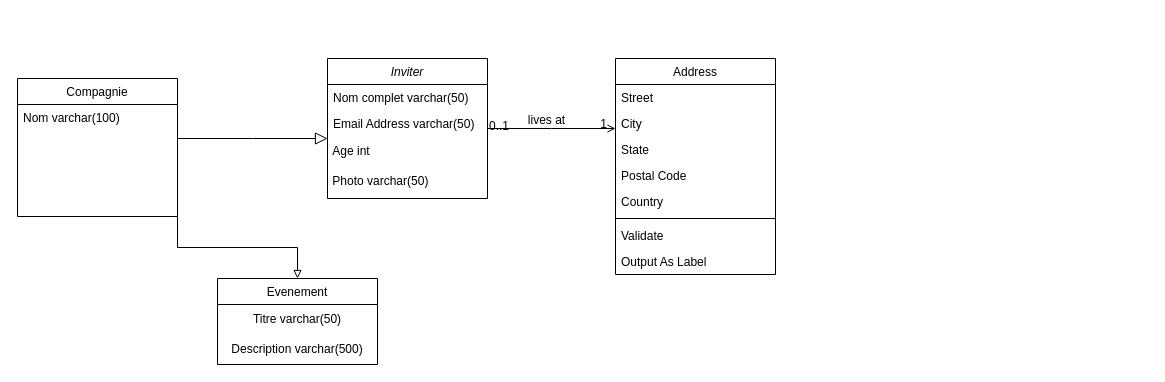
This is EventCheck.drawio from DoBryanCS/EventCheck, a draw.io file, before an edit. Source tidied: cells renumbered, new cells numbered last; positions are measured from the earlier drawing's top-left corner, leaving out a move shared by most shapes. Both pictures are drawn from the tidied source at 100%, with x=0, y=0 at pixel (17, 58).
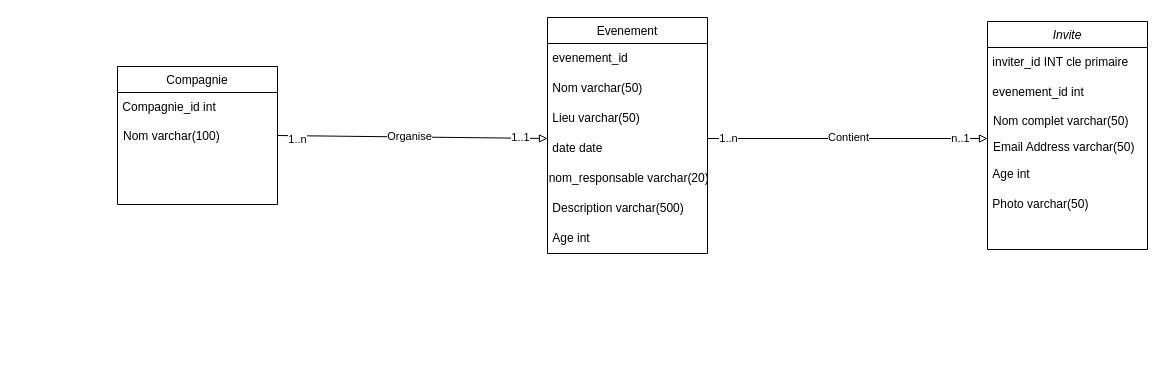
After the change.

Commit message:
Mettre à jour EventCheck.drawio

Change to the diagram source:
```diff
@@
-    <mxCell id="2" value="Inviter" style="swimlane;fontStyle=2;align=center;verticalAlign=top;horizontal=1;startSize=26;rounded=0;shadow=0;strokeWidth=1;" parent="1" vertex="1">
-      <mxGeometry x="310" width="160" height="140" as="geometry" />
+    <mxCell id="2" value="Invite" style="swimlane;fontStyle=2;align=center;verticalAlign=top;horizontal=1;startSize=26;rounded=0;shadow=0;strokeWidth=1;" parent="1" vertex="1">
+      <mxGeometry x="970" y="-37" width="160" height="228" as="geometry" />
     </mxCell>
+    <mxCell id="27" value="&amp;nbsp;inviter_id INT cle primaire" style="text;strokeColor=none;align=left;fillColor=none;html=1;verticalAlign=middle;whiteSpace=wrap;rounded=0;" parent="2" vertex="1">
+      <mxGeometry y="26" width="160" height="30" as="geometry" />
+    </mxCell>
+    <mxCell id="28" value="&amp;nbsp;evenement_id int" style="text;strokeColor=none;align=left;fillColor=none;html=1;verticalAlign=middle;whiteSpace=wrap;rounded=0;" parent="2" vertex="1">
+      <mxGeometry y="56" width="160" height="30" as="geometry" />
+    </mxCell>
     <mxCell id="3" value="Nom complet varchar(50)" style="text;align=left;verticalAlign=top;spacingLeft=4;spacingRight=4;overflow=hidden;" parent="2" vertex="1">
-      <mxGeometry y="26" width="160" height="26" as="geometry" />
+      <mxGeometry y="86" width="160" height="26" as="geometry" />
     </mxCell>
     <mxCell id="4" value="Email Address varchar(50)" style="text;align=left;verticalAlign=top;spacingLeft=4;spacingRight=4;overflow=hidden;rounded=0;shadow=0;html=0;" parent="2" vertex="1">
-      <mxGeometry y="52" width="160" height="26" as="geometry" />
+      <mxGeometry y="112" width="160" height="26" as="geometry" />
     </mxCell>
     <mxCell id="5" value="&amp;nbsp;Age int" style="text;strokeColor=none;align=left;fillColor=none;html=1;verticalAlign=middle;whiteSpace=wrap;rounded=0;" parent="2" vertex="1">
-      <mxGeometry y="78" width="160" height="30" as="geometry" />
+      <mxGeometry y="138" width="160" height="30" as="geometry" />
     </mxCell>
     <mxCell id="6" value="&amp;nbsp;Photo varchar(50)" style="text;strokeColor=none;align=left;fillColor=none;html=1;verticalAlign=middle;whiteSpace=wrap;rounded=0;" parent="2" vertex="1">
-      <mxGeometry y="108" width="160" height="30" as="geometry" />
+      <mxGeometry y="168" width="160" height="30" as="geometry" />
     </mxCell>
     <mxCell id="7" value="Compagnie" style="swimlane;fontStyle=0;align=center;verticalAlign=top;horizontal=1;startSize=26;rounded=0;shadow=0;strokeWidth=1;" parent="1" vertex="1">
-      <mxGeometry y="20" width="160" height="138" as="geometry" />
+      <mxGeometry x="100" y="8" width="160" height="138" as="geometry" />
     </mxCell>
+    <mxCell id="29" value="&amp;nbsp;Compagnie_id int" style="text;strokeColor=none;align=left;fillColor=none;html=1;verticalAlign=middle;whiteSpace=wrap;rounded=0;" parent="7" vertex="1">
+      <mxGeometry y="26" width="160" height="30" as="geometry" />
+    </mxCell>
     <mxCell id="8" value="Nom varchar(100)" style="text;align=left;verticalAlign=top;spacingLeft=4;spacingRight=4;overflow=hidden;points=[[0,0.5],[1,0.5]];portConstraint=eastwest;" parent="7" vertex="1">
-      <mxGeometry y="26" width="160" height="26" as="geometry" />
+      <mxGeometry y="56" width="160" height="26" as="geometry" />
     </mxCell>
-    <mxCell id="9" style="endArrow=block;endSize=10;endFill=0;shadow=0;strokeWidth=1;rounded=0;edgeStyle=elbowEdgeStyle;elbow=vertical;" parent="1" edge="1" source="7" target="2">
-      <mxGeometry relative="1" as="geometry" />
-    </mxCell>
     <mxCell id="10" value="Evenement" style="swimlane;fontStyle=0;align=center;verticalAlign=top;horizontal=1;startSize=26;rounded=0;shadow=0;strokeWidth=1;" parent="1" vertex="1">
-      <mxGeometry x="200" y="220" width="160" height="86" as="geometry" />
+      <mxGeometry x="530" y="-41" width="160" height="236" as="geometry" />
     </mxCell>
+    <mxCell id="30" value="&amp;nbsp;evenement_id" style="text;strokeColor=none;align=left;fillColor=none;html=1;verticalAlign=middle;whiteSpace=wrap;rounded=0;" parent="10" vertex="1">
+      <mxGeometry y="26" width="160" height="30" as="geometry" />
+    </mxCell>
+    <mxCell id="31" value="&amp;nbsp;Nom varchar(50)" style="text;strokeColor=none;align=left;fillColor=none;html=1;verticalAlign=middle;whiteSpace=wrap;rounded=0;" parent="10" vertex="1">
+      <mxGeometry y="56" width="160" height="30" as="geometry" />
+    </mxCell>
+    <mxCell id="32" value="&amp;nbsp;Lieu varchar(50)" style="text;strokeColor=none;align=left;fillColor=none;html=1;verticalAlign=middle;whiteSpace=wrap;rounded=0;" parent="10" vertex="1">
+      <mxGeometry y="86" width="160" height="30" as="geometry" />
+    </mxCell>
-    <mxCell id="11" value="Titre varchar(50)" style="text;strokeColor=none;align=center;fillColor=none;html=1;verticalAlign=middle;whiteSpace=wrap;rounded=0;" parent="10" vertex="1">
-      <mxGeometry y="26" width="160" height="30" as="geometry" />
+    <mxCell id="11" value="&amp;nbsp;date date" style="text;strokeColor=none;align=left;fillColor=none;html=1;verticalAlign=middle;whiteSpace=wrap;rounded=0;" parent="10" vertex="1">
+      <mxGeometry y="116" width="160" height="30" as="geometry" />
     </mxCell>
+    <mxCell id="33" value="&amp;nbsp;nom_responsable&amp;nbsp;varchar(20)" style="text;strokeColor=none;align=center;fillColor=none;html=1;verticalAlign=middle;whiteSpace=wrap;rounded=0;" parent="10" vertex="1">
+      <mxGeometry y="146" width="160" height="30" as="geometry" />
+    </mxCell>
-    <mxCell id="12" value="Description varchar(500)" style="text;strokeColor=none;align=center;fillColor=none;html=1;verticalAlign=middle;whiteSpace=wrap;rounded=0;" parent="10" vertex="1">
-      <mxGeometry y="56" width="160" height="30" as="geometry" />
+    <mxCell id="12" value="&amp;nbsp;Description varchar(500)" style="text;strokeColor=none;align=left;fillColor=none;html=1;verticalAlign=middle;whiteSpace=wrap;rounded=0;" parent="10" vertex="1">
+      <mxGeometry y="176" width="160" height="30" as="geometry" />
     </mxCell>
+    <mxCell id="34" value="&amp;nbsp;Age int" style="text;strokeColor=none;align=left;fillColor=none;html=1;verticalAlign=middle;whiteSpace=wrap;rounded=0;" parent="10" vertex="1">
+      <mxGeometry y="206" width="160" height="30" as="geometry" />
+    </mxCell>
-    <mxCell id="13" style="endArrow=none;endSize=10;endFill=0;shadow=0;strokeWidth=1;rounded=0;edgeStyle=elbowEdgeStyle;elbow=vertical;entryX=1;entryY=1;entryDx=0;entryDy=0;startArrow=block;startFill=0;" parent="1" edge="1" source="10" target="7">
-      <mxGeometry relative="1" as="geometry" />
+    <mxCell id="13" style="endArrow=none;endSize=10;endFill=0;shadow=0;strokeWidth=1;rounded=0;elbow=vertical;entryX=1;entryY=0.5;entryDx=0;entryDy=0;startArrow=block;startFill=0;" parent="1" edge="1" target="8">
+      <mxGeometry relative="1" as="geometry">
+        <mxPoint x="530" y="80" as="sourcePoint" />
+      </mxGeometry>
     </mxCell>
-    <mxCell id="14" value="Address" style="swimlane;fontStyle=0;align=center;verticalAlign=top;horizontal=1;startSize=26;rounded=0;shadow=0;strokeWidth=1;" parent="1" vertex="1">
-      <mxGeometry x="598" width="160" height="216" as="geometry" />
-    </mxCell>
-    <mxCell id="15" value="Street" style="text;align=left;verticalAlign=top;spacingLeft=4;spacingRight=4;overflow=hidden;" parent="14" vertex="1">
-      <mxGeometry y="26" width="160" height="26" as="geometry" />
-    </mxCell>
-    <mxCell id="16" value="City" style="text;align=left;verticalAlign=top;spacingLeft=4;spacingRight=4;overflow=hidden;rounded=0;shadow=0;html=0;" parent="14" vertex="1">
-      <mxGeometry y="52" width="160" height="26" as="geometry" />
-    </mxCell>
-    <mxCell id="17" value="State" style="text;align=left;verticalAlign=top;spacingLeft=4;spacingRight=4;overflow=hidden;rounded=0;shadow=0;html=0;" parent="14" vertex="1">
-      <mxGeometry y="78" width="160" height="26" as="geometry" />
-    </mxCell>
-    <mxCell id="18" value="Postal Code" style="text;align=left;verticalAlign=top;spacingLeft=4;spacingRight=4;overflow=hidden;rounded=0;shadow=0;html=0;" parent="14" vertex="1">
-      <mxGeometry y="104" width="160" height="26" as="geometry" />
-    </mxCell>
-    <mxCell id="19" value="Country" style="text;align=left;verticalAlign=top;spacingLeft=4;spacingRight=4;overflow=hidden;rounded=0;shadow=0;html=0;" parent="14" vertex="1">
-      <mxGeometry y="130" width="160" height="26" as="geometry" />
-    </mxCell>
-    <mxCell id="20" style="line;html=1;strokeWidth=1;align=left;verticalAlign=middle;spacingTop=-1;spacingLeft=3;spacingRight=3;labelPosition=right;" parent="14" vertex="1">
-      <mxGeometry y="156" width="160" height="8" as="geometry" />
-    </mxCell>
-    <mxCell id="21" value="Validate" style="text;align=left;verticalAlign=top;spacingLeft=4;spacingRight=4;overflow=hidden;" parent="14" vertex="1">
-      <mxGeometry y="164" width="160" height="26" as="geometry" />
-    </mxCell>
-    <mxCell id="22" value="Output As Label" style="text;align=left;verticalAlign=top;spacingLeft=4;spacingRight=4;overflow=hidden;" parent="14" vertex="1">
-      <mxGeometry y="190" width="160" height="26" as="geometry" />
-    </mxCell>
-    <mxCell id="23" style="endArrow=open;shadow=0;strokeWidth=1;rounded=0;endFill=1;edgeStyle=elbowEdgeStyle;elbow=vertical;" parent="1" edge="1" source="2" target="14">
-      <mxGeometry x="0.5" y="41" relative="1" as="geometry">
-        <mxPoint x="-40" y="32" as="offset" />
-      </mxGeometry>
-    </mxCell>
-    <mxCell id="24" value="0..1" style="align=left;verticalAlign=bottom;labelBackgroundColor=none;fontSize=12;" parent="23" vertex="1">
-      <mxGeometry x="-1" relative="1" as="geometry">
-        <mxPoint y="6" as="offset" />
-      </mxGeometry>
-    </mxCell>
-    <mxCell id="25" value="1" style="align=right;verticalAlign=bottom;labelBackgroundColor=none;fontSize=12;" parent="23" vertex="1">
-      <mxGeometry x="1" relative="1" as="geometry">
-        <mxPoint x="-7" y="4" as="offset" />
-      </mxGeometry>
-    </mxCell>
-    <mxCell id="26" value="lives at" style="text;html=1;align=center;verticalAlign=middle;labelBackgroundColor=none;rounded=0;shadow=0;strokeWidth=1;fontSize=12;" parent="23" vertex="1">
-      <mxGeometry x="0.5" y="49" relative="1" as="geometry">
-        <mxPoint x="-38" y="40" as="offset" />
-      </mxGeometry>
-    </mxCell>
+    <mxCell id="35" value="1..n" style="edgeLabel;html=1;align=center;verticalAlign=middle;" parent="13" vertex="1">
+      <mxGeometry x="0.85" y="3" relative="1" as="geometry" />
+    </mxCell>
+    <mxCell id="36" value="1..1" style="edgeLabel;html=1;align=center;verticalAlign=middle;" parent="13" vertex="1">
+      <mxGeometry x="-0.79" y="-1" relative="1" as="geometry" />
+    </mxCell>
+    <mxCell id="37" value="Organise" style="edgeLabel;html=1;align=center;verticalAlign=middle;" parent="13" vertex="1">
+      <mxGeometry x="0.12" y="-1" relative="1" as="geometry">
+        <mxPoint x="12" as="offset" />
+      </mxGeometry>
+    </mxCell>
+    <mxCell id="38" style="edgeStyle=none;rounded=0;orthogonalLoop=1;jettySize=auto;html=1;startArrow=block;startFill=0;endArrow=none;endFill=0;" parent="1" edge="1">
+      <mxGeometry relative="1" as="geometry">
+        <mxPoint x="970" y="80" as="sourcePoint" />
+        <mxPoint x="690" y="80" as="targetPoint" />
+      </mxGeometry>
+    </mxCell>
+    <mxCell id="39" value="1..n" style="edgeLabel;html=1;align=center;verticalAlign=middle;" parent="38" vertex="1">
+      <mxGeometry x="0.86" y="-1" relative="1" as="geometry" />
+    </mxCell>
+    <mxCell id="40" value="n..1" style="edgeLabel;html=1;align=center;verticalAlign=middle;" parent="38" vertex="1">
+      <mxGeometry x="-0.8" y="-1" relative="1" as="geometry" />
+    </mxCell>
+    <mxCell id="41" value="Contient" style="edgeLabel;html=1;align=center;verticalAlign=middle;" parent="38" vertex="1">
+      <mxGeometry x="-0.08" y="-2" relative="1" as="geometry">
+        <mxPoint x="-11" as="offset" />
+      </mxGeometry>
+    </mxCell>
```
